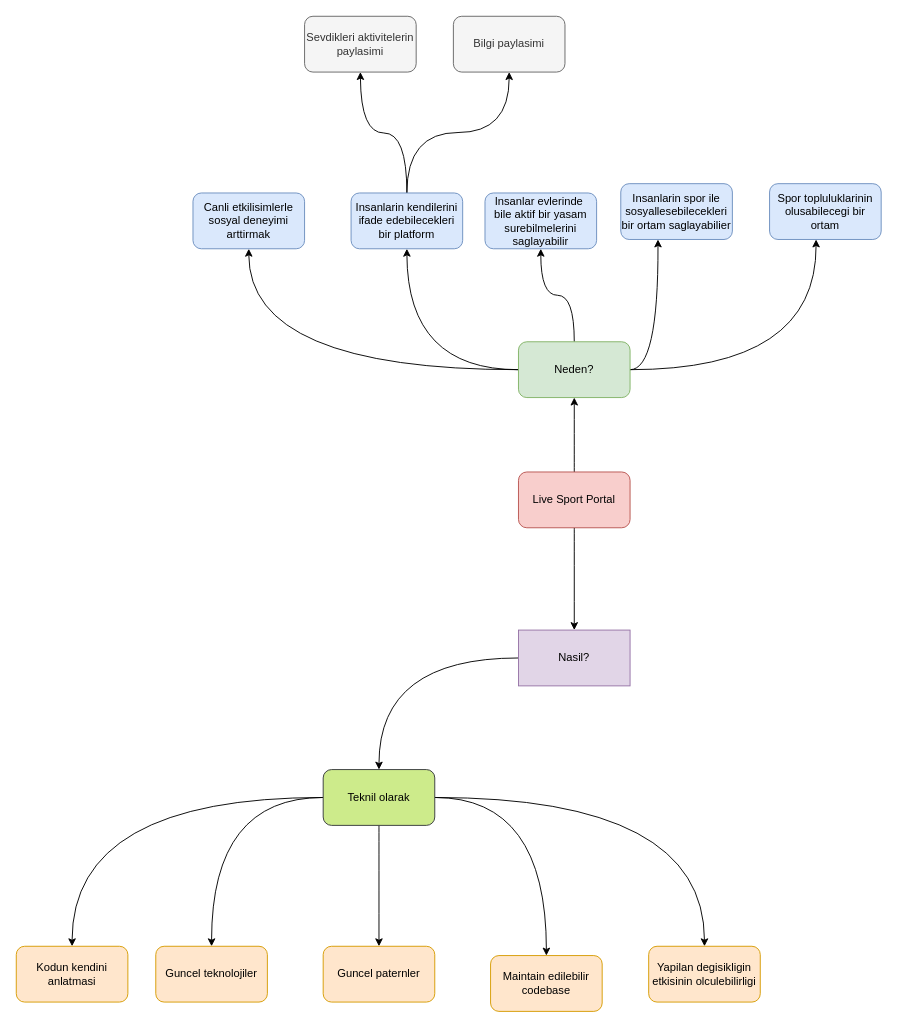
Above: Mindmapping.drawio in emrahoner/live-sport-documents (draw.io), before the change. Source tidied: cells renumbered, new cells numbered last; positions are measured from the earlier drawing's top-left corner, leaving out a move shared by most shapes. Both pictures are drawn from the tidied source at 93%, with x=0, y=0 at pixel (16, 16).
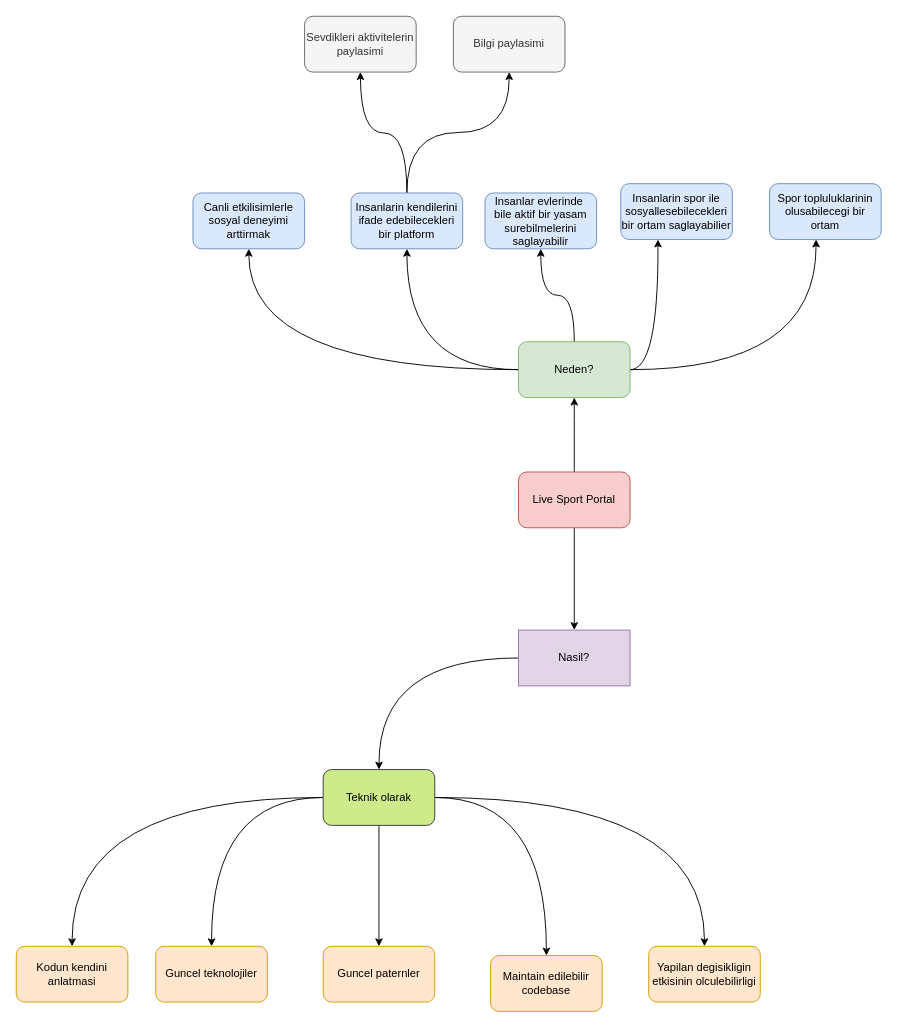
The same diagram, later.

Commit message:
Fix typo error

Diff of the diagram source:
```diff
@@
-    <mxCell id="24" value="Teknil olarak" style="rounded=1;whiteSpace=wrap;html=1;fillColor=#cdeb8b;strokeColor=#36393d;" parent="1" vertex="1">
+    <mxCell id="24" value="Teknik olarak" style="rounded=1;whiteSpace=wrap;html=1;fillColor=#cdeb8b;strokeColor=#36393d;" parent="1" vertex="1">
       <mxGeometry x="330" y="810" width="120" height="60" as="geometry" />
     </mxCell>
```
